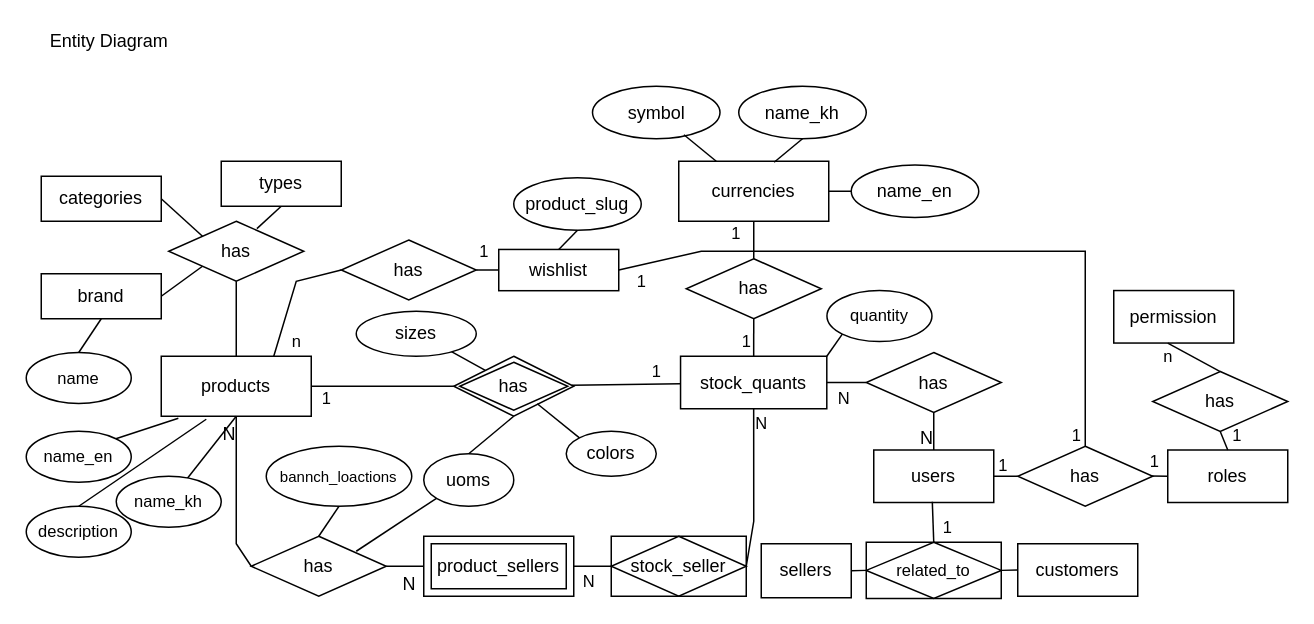
The draw.io diagram page "Page-4" (4 of 4) of SeviceHandler.drawio in iphearum/Documents, before the edit. Source tidied: cells renumbered, new cells numbered last; positions are measured from the earlier drawing's top-left corner, leaving out a move shared by most shapes. Both pictures are drawn from the tidied source at 150%, with x=0, y=0 at pixel (26, 26).
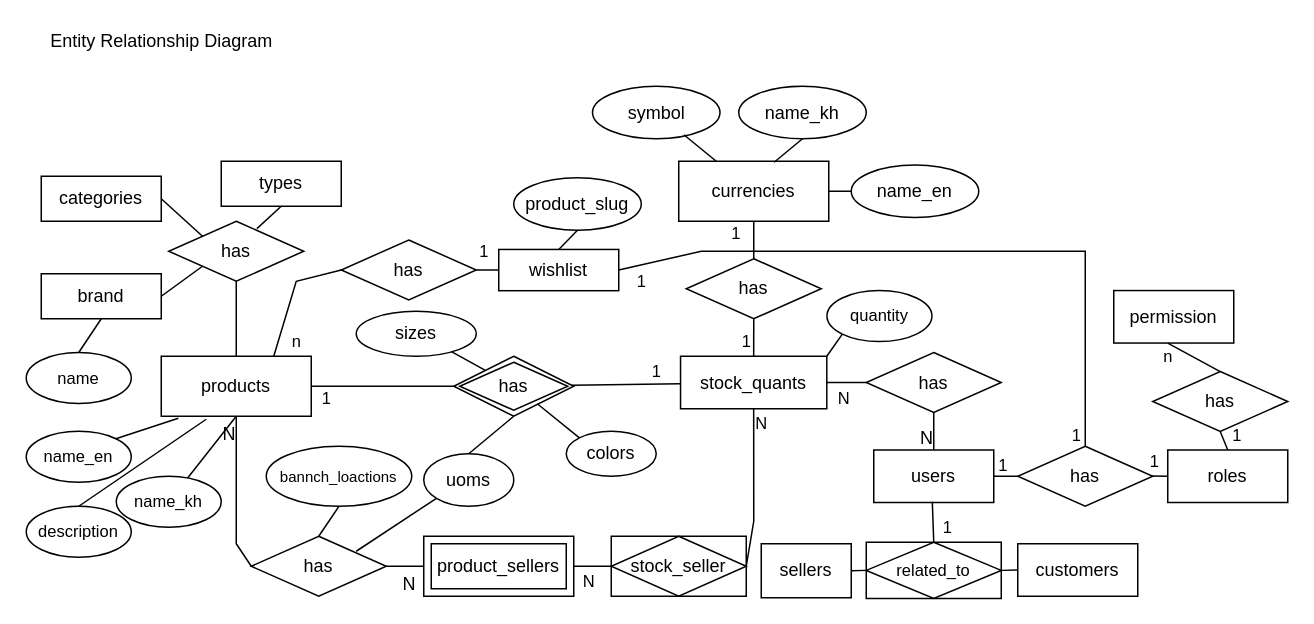
Above is the later version.

What changed in the source:
```diff
@@
-    <mxCell id="2" value="Entity Diagram" style="text;html=1;align=center;verticalAlign=middle;" parent="1" vertex="1">
-      <mxGeometry x="10" width="90" height="20" as="geometry" />
+    <mxCell id="2" value="Entity Relationship Diagram" style="text;html=1;align=center;verticalAlign=middle;" parent="1" vertex="1">
+      <mxGeometry x="10" width="160" height="20" as="geometry" />
     </mxCell>
```
